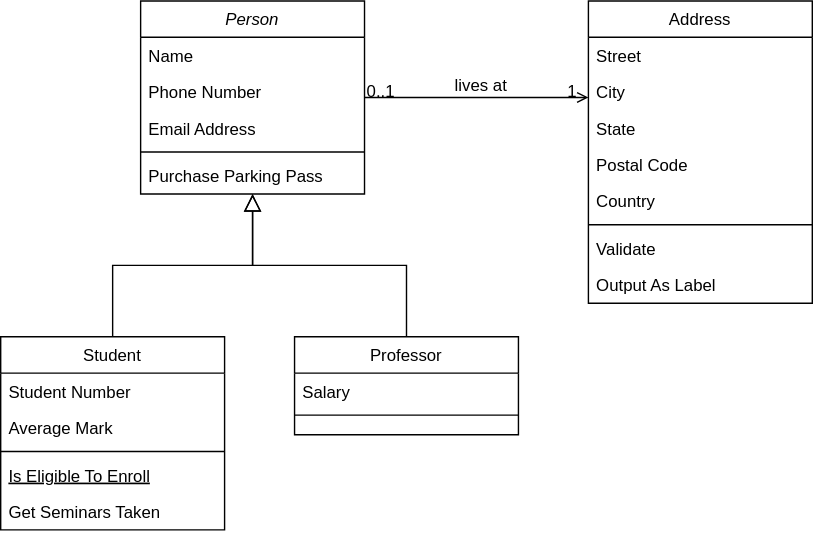
gmacario/test-drawio keeps this draw.io diagram as test-diagram.drawio.svg. Above is the earlier version. Source tidied: cells renumbered, new cells last; positions are measured from the earlier drawing's top-left corner, leaving out a move shared by most shapes.
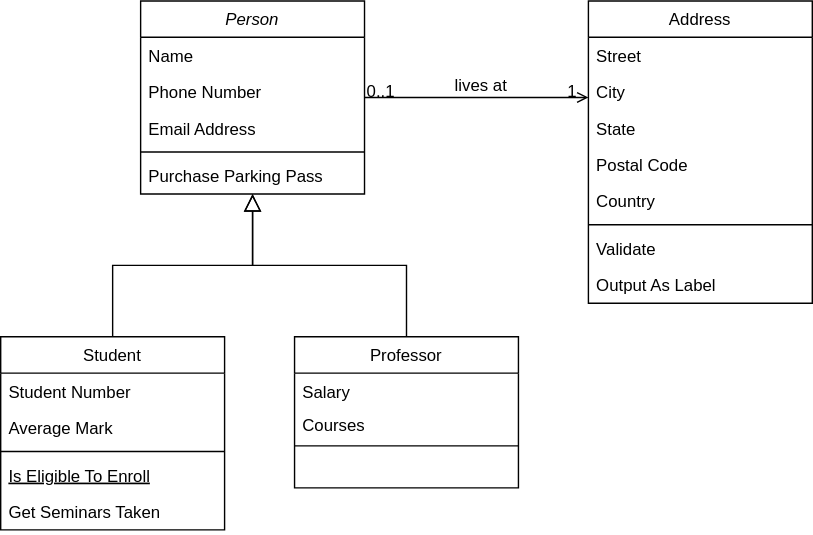
Later version of the same file.

Diff of the diagram source:
```diff
@@ -47,13 +47,16 @@
       </mxGeometry>
     </mxCell>
     <mxCell id="15" value="Professor" style="swimlane;fontStyle=0;align=center;verticalAlign=top;horizontal=1;startSize=26;swimlaneFillColor=#ffffff;rounded=0;shadow=0;strokeWidth=1;" parent="1" vertex="1">
-      <mxGeometry x="210" y="240" width="160" height="70" as="geometry" />
+      <mxGeometry x="210" y="240" width="160" height="108" as="geometry" />
     </mxCell>
-    <mxCell id="16" value="Salary" style="text;strokeColor=none;fillColor=none;align=left;verticalAlign=top;spacingLeft=4;spacingRight=4;overflow=hidden;" parent="15" vertex="1">
-      <mxGeometry y="26" width="160" height="26" as="geometry" />
+    <mxCell id="16" value="Salary&#10;" style="text;strokeColor=none;fillColor=none;align=left;verticalAlign=top;spacingLeft=4;spacingRight=4;overflow=hidden;" parent="15" vertex="1">
+      <mxGeometry y="26" width="160" height="24" as="geometry" />
     </mxCell>
+    <mxCell id="32" value="Courses" style="text;strokeColor=none;fillColor=none;align=left;verticalAlign=top;spacingLeft=4;spacingRight=4;overflow=hidden;" parent="15" vertex="1">
+      <mxGeometry y="50" width="160" height="24" as="geometry" />
+    </mxCell>
     <mxCell id="17" style="line;html=1;strokeWidth=1;fillColor=none;align=left;verticalAlign=middle;spacingTop=-1;spacingLeft=3;spacingRight=3;labelPosition=right;" parent="15" vertex="1">
-      <mxGeometry y="52" width="160" height="8" as="geometry" />
+      <mxGeometry y="74" width="160" height="8" as="geometry" />
     </mxCell>
     <mxCell id="18" style="endArrow=block;endSize=10;endFill=0;shadow=0;strokeWidth=1;edgeStyle=orthogonalEdgeStyle;rounded=0;" parent="1" edge="1" source="15" target="2">
       <mxGeometry relative="1" as="geometry" />
```
